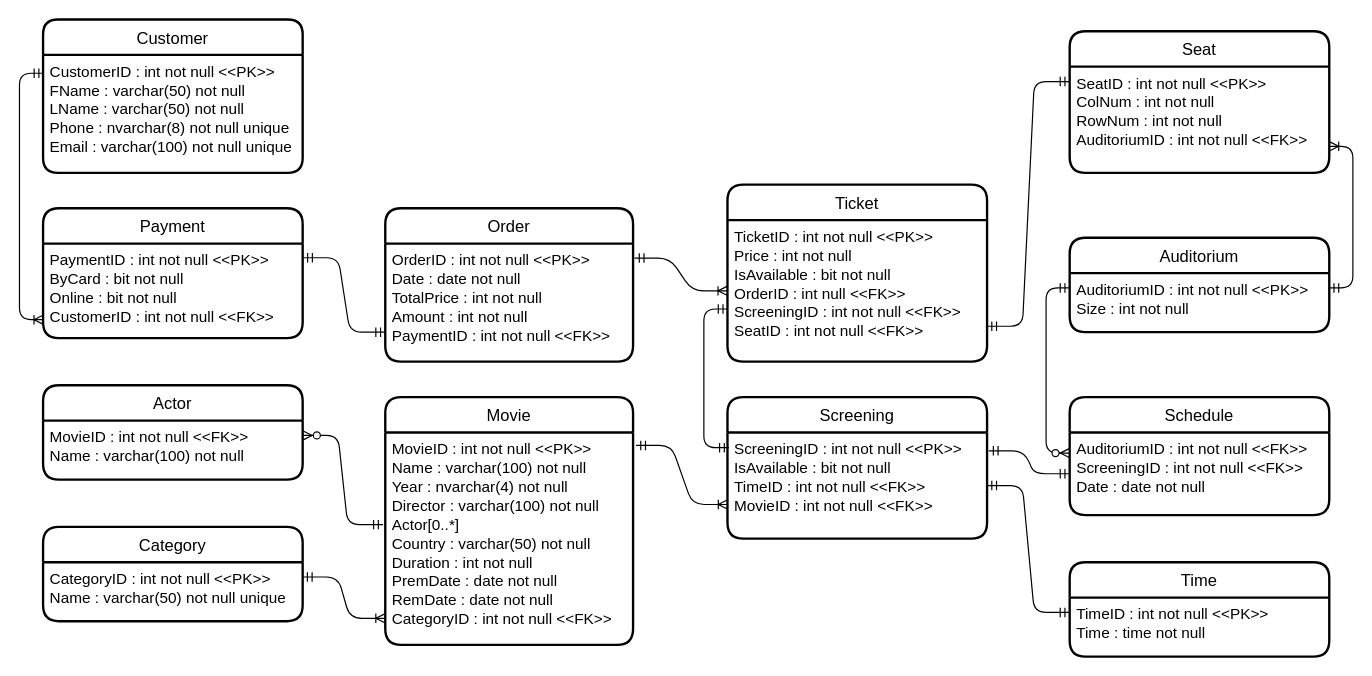
iirtrtrt/CinDB keeps this draw.io diagram as DB_phsical.drawio. Above is the earlier version. Source tidied: cells renumbered, new cells numbered last; positions are measured from the earlier drawing's top-left corner, leaving out a move shared by most shapes. Both pictures are drawn from the tidied source at 118%, with x=0, y=0 at pixel (19, 19).
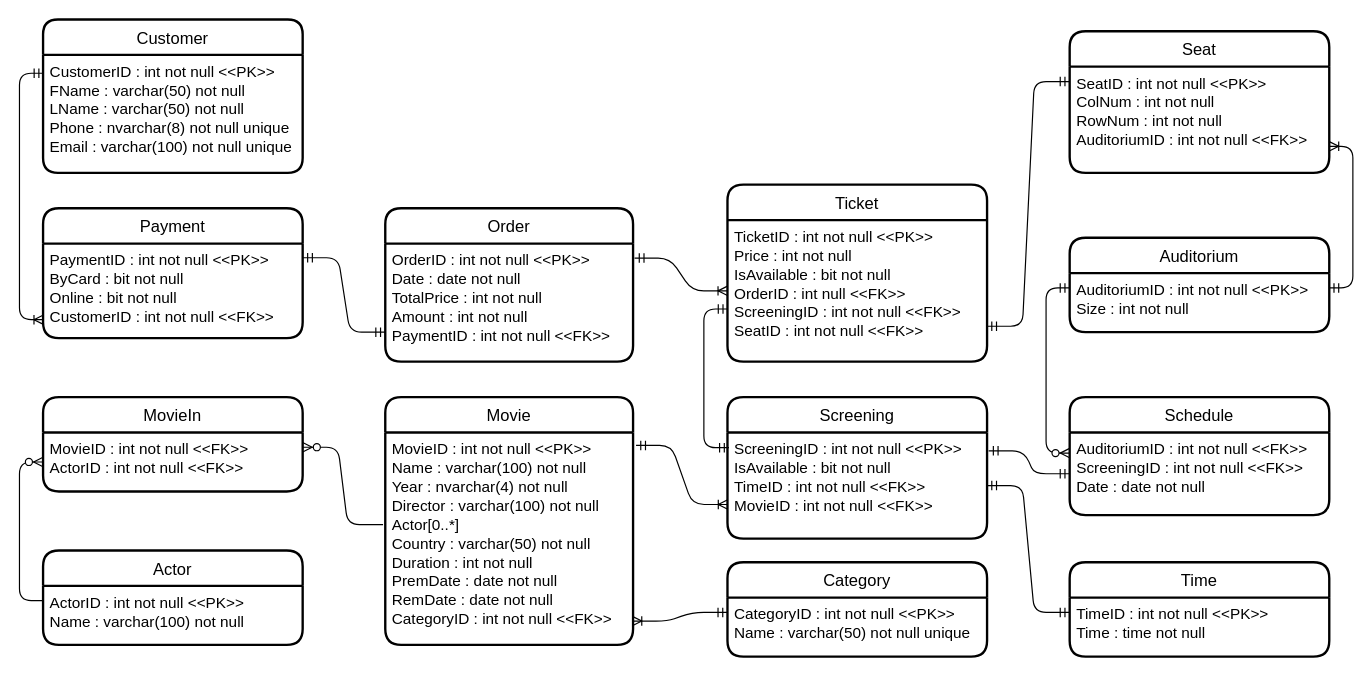
Above is the later version.

The change refers to these unchanged cells:
```xml
<mxCell id="13" value="MovieID : int not null &lt;&lt;PK&gt;&gt;&#10;Name : varchar(100) not null&#10;Year : nvarchar(4) not null&#10;Director : varchar(100) not null&#10;Actor[0..*]&#10;Country : varchar(50) not null&#10;Duration : int not null&#10;PremDate : date not null&#10;RemDate : date not null&#10;CategoryID : int not null &lt;&lt;FK&gt;&gt;" style="align=left;strokeColor=none;fillColor=none;spacingLeft=4;fontSize=13;verticalAlign=top;fontStyle=0;" parent="12" vertex="1">
  <mxGeometry y="30" width="210" height="180" as="geometry" />
</mxCell>
<mxCell id="17" value="CategoryID : int not null &lt;&lt;PK&gt;&gt;&#10;Name : varchar(50) not null unique" style="align=left;strokeColor=none;fillColor=none;spacingLeft=4;fontSize=13;verticalAlign=top;fontStyle=0;" parent="16" vertex="1">
  <mxGeometry y="30" width="220" height="50" as="geometry" />
</mxCell>
```

The edit, as a diff of the source:
```diff
@@
     <mxCell id="14" value="Actor" style="swimlane;horizontal=1;startSize=30;rounded=1;fontSize=14;fontStyle=0;strokeWidth=2;shadow=0;dashed=0;align=center;" parent="1" vertex="1">
-      <mxGeometry x="20" y="310" width="220" height="80" as="geometry" />
+      <mxGeometry x="20" y="450" width="220" height="80" as="geometry" />
     </mxCell>
-    <mxCell id="15" value="MovieID : int not null &lt;&lt;FK&gt;&gt;&#10;Name : varchar(100) not null&#10;" style="align=left;strokeColor=none;fillColor=none;spacingLeft=4;fontSize=13;verticalAlign=top;fontStyle=0;" parent="14" vertex="1">
+    <mxCell id="15" value="ActorID : int not null &lt;&lt;PK&gt;&gt;&#10;Name : varchar(100) not null&#10;" style="align=left;strokeColor=none;fillColor=none;spacingLeft=4;fontSize=13;verticalAlign=top;fontStyle=0;" parent="14" vertex="1">
       <mxGeometry y="30" width="220" height="50" as="geometry" />
     </mxCell>
     <mxCell id="16" value="Category" style="swimlane;horizontal=1;startSize=30;rounded=1;fontSize=14;fontStyle=0;strokeWidth=2;shadow=0;dashed=0;align=center;" parent="1" vertex="1">
-      <mxGeometry x="20" y="430" width="220" height="80" as="geometry" />
+      <mxGeometry x="600" y="460" width="220" height="80" as="geometry" />
     </mxCell>
@@
-    <mxCell id="24" style="edgeStyle=entityRelationEdgeStyle;fontSize=12;html=1;endArrow=ERmandOne;endFill=0;rounded=1;exitX=1;exitY=0.25;exitDx=0;exitDy=0;startArrow=ERzeroToMany;startFill=1;entryX=-0.009;entryY=0.434;entryDx=0;entryDy=0;entryPerimeter=0;" parent="1" edge="1" source="15" target="13">
+    <mxCell id="24" style="edgeStyle=entityRelationEdgeStyle;fontSize=12;html=1;endArrow=none;endFill=0;rounded=1;exitX=1;exitY=0.25;exitDx=0;exitDy=0;startArrow=ERzeroToMany;startFill=1;entryX=-0.009;entryY=0.434;entryDx=0;entryDy=0;entryPerimeter=0;" parent="1" edge="1" source="39" target="13">
       <mxGeometry relative="1" as="geometry" />
     </mxCell>
-    <mxCell id="25" style="edgeStyle=entityRelationEdgeStyle;fontSize=12;html=1;endArrow=ERoneToMany;endFill=0;rounded=1;exitX=1;exitY=0.25;exitDx=0;exitDy=0;startArrow=ERmandOne;startFill=0;entryX=0;entryY=0.875;entryDx=0;entryDy=0;entryPerimeter=0;" parent="1" edge="1" source="17" target="13">
+    <mxCell id="25" style="edgeStyle=entityRelationEdgeStyle;fontSize=12;html=1;endArrow=ERoneToMany;endFill=0;rounded=1;exitX=0;exitY=0.25;exitDx=0;exitDy=0;startArrow=ERmandOne;startFill=0;entryX=0.997;entryY=0.888;entryDx=0;entryDy=0;entryPerimeter=0;" parent="1" edge="1" source="17" target="13">
       <mxGeometry relative="1" as="geometry" />
     </mxCell>
@@
+    <mxCell id="38" value="MovieIn" style="swimlane;horizontal=1;startSize=30;rounded=1;fontSize=14;fontStyle=0;strokeWidth=2;shadow=0;dashed=0;align=center;" parent="1" vertex="1">
+      <mxGeometry x="20" y="320" width="220" height="80" as="geometry" />
+    </mxCell>
+    <mxCell id="39" value="MovieID : int not null &lt;&lt;FK&gt;&gt;&#10;ActorID : int not null &lt;&lt;FK&gt;&gt;" style="align=left;strokeColor=none;fillColor=none;spacingLeft=4;fontSize=13;verticalAlign=top;fontStyle=0;" parent="38" vertex="1">
+      <mxGeometry y="30" width="220" height="50" as="geometry" />
+    </mxCell>
+    <mxCell id="40" style="edgeStyle=elbowEdgeStyle;fontSize=12;html=1;endArrow=none;endFill=0;rounded=1;exitX=0;exitY=0.5;exitDx=0;exitDy=0;startArrow=ERzeroToMany;startFill=1;entryX=0;entryY=0.25;entryDx=0;entryDy=0;" parent="1" edge="1" source="39" target="15">
+      <mxGeometry relative="1" as="geometry">
+        <Array as="points">
+          <mxPoint y="428" />
+        </Array>
+      </mxGeometry>
+    </mxCell>
```
